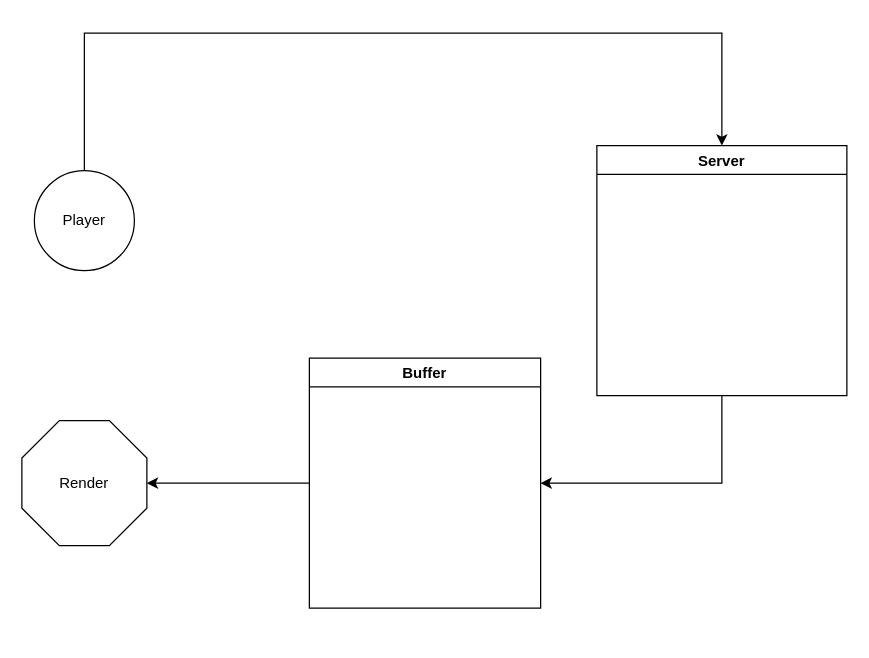
Above: page "Page-11" (10 of 13) of booming/Booming 104ppt-17.drawio in yrdimple/flowChart (draw.io), before the change. Source tidied: cells renumbered, new cells numbered last; positions are measured from the earlier drawing's top-left corner, leaving out a move shared by most shapes. Both pictures are drawn from the tidied source at 125%, with x=0, y=0 at pixel (21, 32).
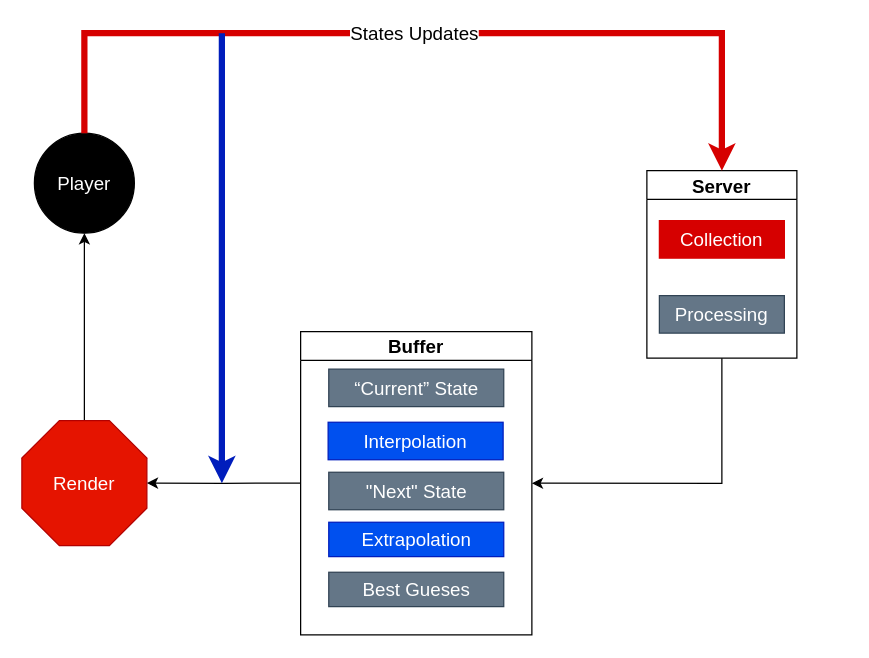
After the change.

The edit, as a diff of the source:
```diff
@@
-    <mxCell id="2" value="Player" style="ellipse;whiteSpace=wrap;html=1;" parent="1" vertex="1">
-      <mxGeometry x="10" y="110" width="80" height="80" as="geometry" />
+    <mxCell id="2" value="&lt;font color=&quot;#ffffff&quot; style=&quot;font-size: 15px;&quot;&gt;Player&lt;/font&gt;" style="ellipse;whiteSpace=wrap;html=1;fillColor=#000000;" parent="1" vertex="1">
+      <mxGeometry x="10" y="80" width="80" height="80" as="geometry" />
     </mxCell>
+    <mxCell id="9" style="edgeStyle=orthogonalEdgeStyle;rounded=0;jettySize=auto;html=1;exitX=0.5;exitY=0;exitDx=0;exitDy=0;exitPerimeter=0;entryX=0.5;entryY=1;entryDx=0;entryDy=0;" parent="1" edge="1" source="3" target="2">
+      <mxGeometry relative="1" as="geometry" />
+    </mxCell>
-    <mxCell id="3" value="Render" style="whiteSpace=wrap;html=1;shape=mxgraph.basic.octagon2;align=center;verticalAlign=middle;dx=15;" parent="1" vertex="1">
+    <mxCell id="3" value="&lt;font style=&quot;font-size: 15px;&quot;&gt;Render&lt;/font&gt;" style="whiteSpace=wrap;html=1;shape=mxgraph.basic.octagon2;align=center;verticalAlign=middle;dx=15;fillColor=#e51400;fontColor=#ffffff;strokeColor=#B20000;" parent="1" vertex="1">
       <mxGeometry y="310" width="100" height="100" as="geometry" />
     </mxCell>
-    <mxCell id="4" value="Buffer" style="swimlane;" parent="1" vertex="1">
-      <mxGeometry x="230" y="260" width="185" height="200" as="geometry" />
+    <mxCell id="4" value="Buffer" style="swimlane;fontSize=15;" parent="1" vertex="1">
+      <mxGeometry x="223" y="238.8" width="185" height="242.5" as="geometry" />
     </mxCell>
+    <mxCell id="10" value="&lt;font style=&quot;font-size: 15px;&quot;&gt;“Current” State&lt;/font&gt;" style="rounded=0;whiteSpace=wrap;html=1;fillColor=#647687;fontColor=#ffffff;strokeColor=#314354;" parent="4" vertex="1">
+      <mxGeometry x="22.5" y="30" width="140" height="30" as="geometry" />
+    </mxCell>
+    <mxCell id="11" value="&lt;font style=&quot;font-size: 15px;&quot;&gt;Interpolation&lt;/font&gt;" style="rounded=0;whiteSpace=wrap;html=1;fillColor=#0050ef;fontColor=#ffffff;strokeColor=#001DBC;" parent="4" vertex="1">
+      <mxGeometry x="22" y="72.5" width="140" height="30" as="geometry" />
+    </mxCell>
+    <mxCell id="12" value="&lt;font style=&quot;font-size: 15px;&quot;&gt;&quot;Next&quot; State&lt;/font&gt;" style="rounded=0;whiteSpace=wrap;html=1;fillColor=#647687;fontColor=#ffffff;strokeColor=#314354;" parent="4" vertex="1">
+      <mxGeometry x="22.5" y="112.5" width="140" height="30" as="geometry" />
+    </mxCell>
+    <mxCell id="13" value="&lt;font style=&quot;font-size: 15px;&quot;&gt;Extrapolation&lt;/font&gt;" style="rounded=0;whiteSpace=wrap;html=1;fillColor=#0050ef;fontColor=#ffffff;strokeColor=#001DBC;" parent="4" vertex="1">
+      <mxGeometry x="22.5" y="152.5" width="140" height="27.5" as="geometry" />
+    </mxCell>
+    <mxCell id="14" value="&lt;font style=&quot;font-size: 15px;&quot;&gt;Best Gueses&lt;/font&gt;" style="rounded=0;whiteSpace=wrap;html=1;fillColor=#647687;fontColor=#ffffff;strokeColor=#314354;" parent="4" vertex="1">
+      <mxGeometry x="22.5" y="192.5" width="140" height="27.5" as="geometry" />
+    </mxCell>
@@
-    <mxCell id="6" value="Server" style="swimlane;" parent="1" vertex="1">
-      <mxGeometry x="460" y="90" width="200" height="200" as="geometry" />
+    <mxCell id="6" value="Server" style="swimlane;fontSize=15;" parent="1" vertex="1">
+      <mxGeometry x="500" y="110" width="120" height="150" as="geometry" />
     </mxCell>
+    <mxCell id="15" value="&lt;font color=&quot;#ffffff&quot; style=&quot;font-size: 15px; background-color: rgb(214, 0, 0);&quot;&gt;Collection&lt;/font&gt;" style="rounded=0;whiteSpace=wrap;html=1;strokeColor=#D60000;fillColor=#D60000;" parent="6" vertex="1">
+      <mxGeometry x="10" y="40" width="100" height="30" as="geometry" />
+    </mxCell>
+    <mxCell id="16" value="&lt;font style=&quot;font-size: 15px;&quot;&gt;Processing&lt;/font&gt;" style="rounded=0;whiteSpace=wrap;html=1;fillColor=#647687;fontColor=#ffffff;strokeColor=#314354;" parent="6" vertex="1">
+      <mxGeometry x="10" y="100" width="100" height="30" as="geometry" />
+    </mxCell>
-    <mxCell id="7" style="edgeStyle=elbowEdgeStyle;elbow=horizontal;endArrow=classic;html=1;rounded=0;exitX=0.5;exitY=0;exitDx=0;exitDy=0;entryX=0.5;entryY=0;entryDx=0;entryDy=0;" parent="1" edge="1" source="2" target="6">
+    <mxCell id="7" style="edgeStyle=elbowEdgeStyle;elbow=horizontal;endArrow=classic;html=1;rounded=0;exitX=0.5;exitY=0;exitDx=0;exitDy=0;entryX=0.5;entryY=0;entryDx=0;entryDy=0;strokeWidth=5;fillColor=#a20025;strokeColor=#D60000;" parent="1" edge="1" source="2" target="6">
       <mxGeometry relative="1" as="geometry">
         <Array as="points">
           <mxPoint x="40" />
         </Array>
       </mxGeometry>
     </mxCell>
+    <mxCell id="17" value="States Updates" style="edgeLabel;html=1;align=center;verticalAlign=middle;fontSize=15;" parent="7" vertex="1">
+      <mxGeometry x="-0.02" y="1" relative="1" as="geometry" />
+    </mxCell>
@@
+    <mxCell id="18" style="endArrow=classic;html=1;rounded=0;fontSize=15;fontColor=#FFFFFF;strokeColor=#001DBC;strokeWidth=5;fillColor=#0050ef;" parent="1" edge="1">
+      <mxGeometry relative="1" as="geometry">
+        <mxPoint x="160" as="sourcePoint" />
+        <mxPoint x="160" y="360" as="targetPoint" />
+      </mxGeometry>
+    </mxCell>
```
